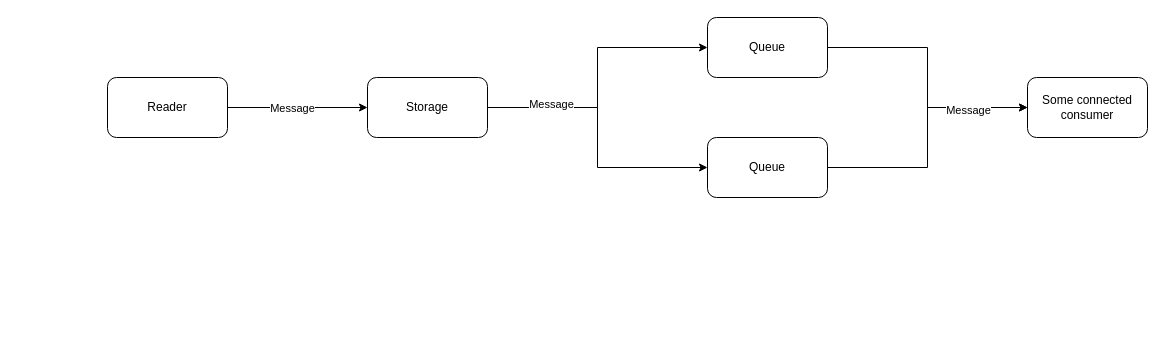
feature-MaybeCoder/go-brocker keeps this draw.io diagram as architecture_diagram.drawio. Above is the earlier version. Source tidied: cells renumbered, new cells numbered last; positions are measured from the earlier drawing's top-left corner, leaving out a move shared by most shapes. Both pictures are drawn from the tidied source at 100%, with x=0, y=0 at pixel (107, 17).
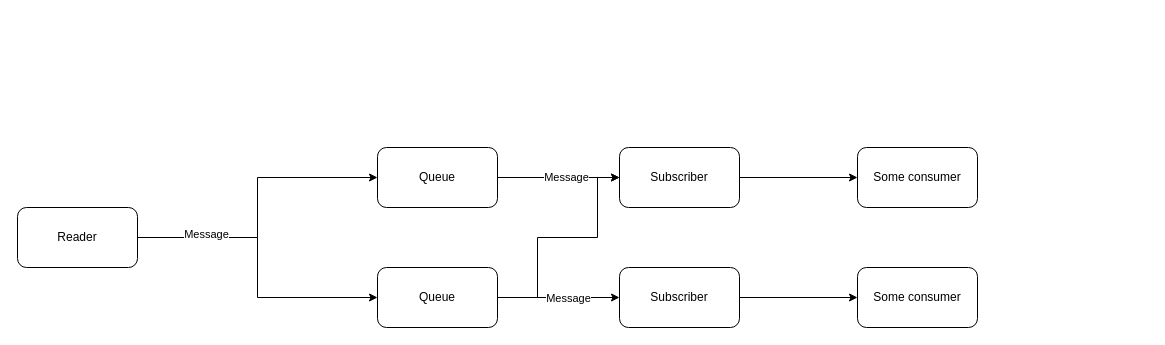
After the change.

Unchanged cells that the change refers to:
```xml
<mxCell id="9" style="edgeStyle=orthogonalEdgeStyle;rounded=0;jettySize=auto;html=1;exitX=1;exitY=0.5;exitDx=0;exitDy=0;entryX=0;entryY=0.5;entryDx=0;entryDy=0;" parent="1" edge="1" source="10" target="14">
  <mxGeometry relative="1" as="geometry" />
</mxCell>
```

The edit, as a diff of the source:
```diff
@@
-    <mxCell id="2" style="edgeStyle=orthogonalEdgeStyle;rounded=0;jettySize=auto;html=1;exitX=1;exitY=0.5;exitDx=0;exitDy=0;" parent="1" edge="1" source="4" target="8">
-      <mxGeometry relative="1" as="geometry" />
-    </mxCell>
-    <mxCell id="3" value="Message" style="edgeLabel;html=1;align=center;verticalAlign=middle;" parent="2" vertex="1">
-      <mxGeometry x="-0.08" relative="1" as="geometry" />
-    </mxCell>
     <mxCell id="4" value="Reader" style="rounded=1;whiteSpace=wrap;html=1;" parent="1" vertex="1">
-      <mxGeometry y="60" width="120" height="60" as="geometry" />
+      <mxGeometry x="-90" y="190" width="120" height="60" as="geometry" />
     </mxCell>
-    <mxCell id="5" style="edgeStyle=orthogonalEdgeStyle;rounded=0;jettySize=auto;html=1;exitX=1;exitY=0.5;exitDx=0;exitDy=0;entryX=0;entryY=0.5;entryDx=0;entryDy=0;" parent="1" edge="1" source="8" target="10">
+    <mxCell id="5" style="edgeStyle=orthogonalEdgeStyle;rounded=0;jettySize=auto;html=1;exitX=1;exitY=0.5;exitDx=0;exitDy=0;entryX=0;entryY=0.5;entryDx=0;entryDy=0;" parent="1" edge="1" source="4" target="10">
       <mxGeometry relative="1" as="geometry" />
     </mxCell>
-    <mxCell id="6" style="edgeStyle=orthogonalEdgeStyle;rounded=0;jettySize=auto;html=1;exitX=1;exitY=0.5;exitDx=0;exitDy=0;entryX=0;entryY=0.5;entryDx=0;entryDy=0;" parent="1" edge="1" source="8" target="13">
+    <mxCell id="6" style="edgeStyle=orthogonalEdgeStyle;rounded=0;jettySize=auto;html=1;exitX=1;exitY=0.5;exitDx=0;exitDy=0;entryX=0;entryY=0.5;entryDx=0;entryDy=0;" parent="1" edge="1" source="4" target="13">
       <mxGeometry relative="1" as="geometry" />
     </mxCell>
@@
-    <mxCell id="8" value="Storage" style="rounded=1;whiteSpace=wrap;html=1;" parent="1" vertex="1">
-      <mxGeometry x="260" y="60" width="120" height="60" as="geometry" />
-    </mxCell>
@@
+    <mxCell id="3" value="Message" style="edgeLabel;html=1;align=center;verticalAlign=middle;" parent="9" vertex="1">
+      <mxGeometry x="0.12" y="1" relative="1" as="geometry" />
+    </mxCell>
     <mxCell id="10" value="Queue" style="rounded=1;whiteSpace=wrap;html=1;" parent="1" vertex="1">
-      <mxGeometry x="600" width="120" height="60" as="geometry" />
+      <mxGeometry x="270" y="130" width="120" height="60" as="geometry" />
     </mxCell>
-    <mxCell id="11" style="edgeStyle=orthogonalEdgeStyle;rounded=0;jettySize=auto;html=1;exitX=1;exitY=0.5;exitDx=0;exitDy=0;entryX=0;entryY=0.5;entryDx=0;entryDy=0;" parent="1" edge="1" source="13" target="14">
+    <mxCell id="11" style="edgeStyle=orthogonalEdgeStyle;rounded=0;jettySize=auto;html=1;exitX=1;exitY=0.5;exitDx=0;exitDy=0;entryX=0;entryY=0.5;entryDx=0;entryDy=0;" parent="1" edge="1" source="13" target="18">
       <mxGeometry relative="1" as="geometry" />
     </mxCell>
     <mxCell id="12" value="Message" style="edgeLabel;html=1;align=center;verticalAlign=middle;" parent="11" vertex="1">
-      <mxGeometry x="0.54" y="-2" relative="1" as="geometry" />
+      <mxGeometry x="0.54" y="-2" relative="1" as="geometry">
+        <mxPoint x="-24" y="-2" as="offset" />
+      </mxGeometry>
     </mxCell>
+    <mxCell id="15" style="edgeStyle=orthogonalEdgeStyle;rounded=0;jettySize=auto;html=1;exitX=1;exitY=0.5;exitDx=0;exitDy=0;entryX=0;entryY=0.5;entryDx=0;entryDy=0;" parent="1" edge="1" source="13" target="14">
+      <mxGeometry relative="1" as="geometry">
+        <Array as="points">
+          <mxPoint x="430" y="280" />
+          <mxPoint x="430" y="220" />
+          <mxPoint x="490" y="220" />
+          <mxPoint x="490" y="160" />
+        </Array>
+      </mxGeometry>
+    </mxCell>
     <mxCell id="13" value="Queue" style="rounded=1;whiteSpace=wrap;html=1;" parent="1" vertex="1">
-      <mxGeometry x="600" y="120" width="120" height="60" as="geometry" />
+      <mxGeometry x="270" y="250" width="120" height="60" as="geometry" />
     </mxCell>
+    <mxCell id="16" style="edgeStyle=orthogonalEdgeStyle;rounded=0;jettySize=auto;html=1;exitX=1;exitY=0.5;exitDx=0;exitDy=0;entryX=0;entryY=0.5;entryDx=0;entryDy=0;" parent="1" edge="1" source="14" target="20">
+      <mxGeometry relative="1" as="geometry" />
+    </mxCell>
-    <mxCell id="14" value="Some connected consumer" style="rounded=1;whiteSpace=wrap;html=1;" parent="1" vertex="1">
-      <mxGeometry x="920" y="60" width="120" height="60" as="geometry" />
+    <mxCell id="14" value="Subscriber" style="rounded=1;whiteSpace=wrap;html=1;" parent="1" vertex="1">
+      <mxGeometry x="512" y="130" width="120" height="60" as="geometry" />
     </mxCell>
+    <mxCell id="17" style="edgeStyle=orthogonalEdgeStyle;rounded=0;jettySize=auto;html=1;exitX=1;exitY=0.5;exitDx=0;exitDy=0;" parent="1" edge="1" source="18" target="19">
+      <mxGeometry relative="1" as="geometry" />
+    </mxCell>
+    <mxCell id="18" value="Subscriber" style="rounded=1;whiteSpace=wrap;html=1;" parent="1" vertex="1">
+      <mxGeometry x="512" y="250" width="120" height="60" as="geometry" />
+    </mxCell>
+    <mxCell id="19" value="Some consumer" style="rounded=1;whiteSpace=wrap;html=1;" parent="1" vertex="1">
+      <mxGeometry x="750" y="250" width="120" height="60" as="geometry" />
+    </mxCell>
+    <mxCell id="20" value="Some consumer" style="rounded=1;whiteSpace=wrap;html=1;" parent="1" vertex="1">
+      <mxGeometry x="750" y="130" width="120" height="60" as="geometry" />
+    </mxCell>
```
